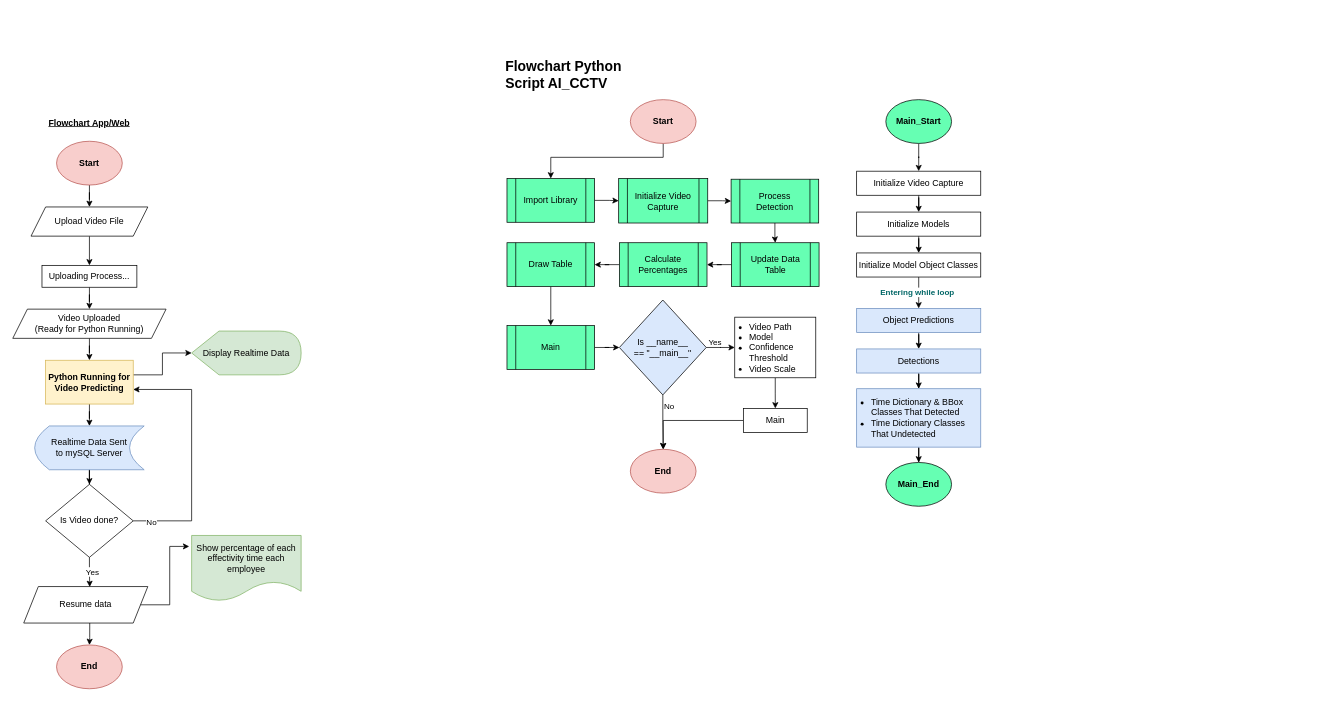
Troppo99/AI_CCTV keeps this draw.io diagram as src/assets/flowchart.drawio. Above is the earlier version. Source tidied: cells renumbered, new cells numbered last; positions are measured from the earlier drawing's top-left corner, leaving out a move shared by most shapes. Both pictures are drawn from the tidied source at 73%, with x=0, y=0 at pixel (12, 64).
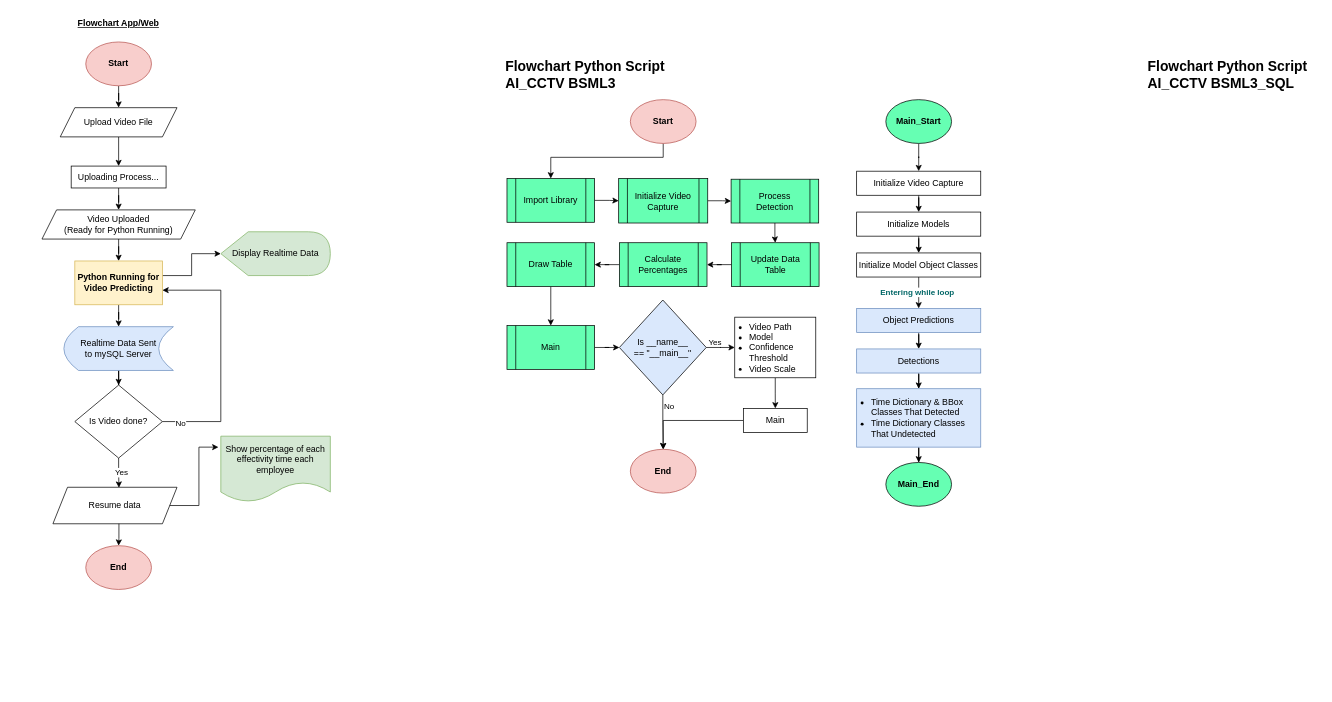
Above is the later version.

The edit, as a diff of the source:
```diff
@@
     <mxCell id="3" value="Start" style="ellipse;whiteSpace=wrap;html=1;fontStyle=1;labelBorderColor=none;fillColor=#f8cecc;strokeColor=#b85450;" parent="1" vertex="1">
-      <mxGeometry x="60" y="106" width="90" height="60" as="geometry" />
+      <mxGeometry x="100" y="-30" width="90" height="60" as="geometry" />
     </mxCell>
@@
     <mxCell id="5" value="Upload Video File" style="shape=parallelogram;perimeter=parallelogramPerimeter;whiteSpace=wrap;html=1;fixedSize=1;labelBorderColor=none;fontColor=default;" parent="1" vertex="1">
-      <mxGeometry x="25" y="196" width="160" height="40" as="geometry" />
+      <mxGeometry x="65" y="60" width="160" height="40" as="geometry" />
     </mxCell>
@@
     <mxCell id="7" value="Uploading Process..." style="rounded=0;whiteSpace=wrap;html=1;labelBorderColor=none;fontColor=default;" parent="1" vertex="1">
-      <mxGeometry x="40" y="276" width="130" height="30" as="geometry" />
+      <mxGeometry x="80" y="140" width="130" height="30" as="geometry" />
     </mxCell>
@@
     <mxCell id="9" value="Video Uploaded&lt;br&gt;(Ready for Python Running)" style="shape=parallelogram;perimeter=parallelogramPerimeter;whiteSpace=wrap;html=1;fixedSize=1;labelBorderColor=none;fontColor=default;" parent="1" vertex="1">
-      <mxGeometry y="336" width="210" height="40" as="geometry" />
+      <mxGeometry x="40" y="200" width="210" height="40" as="geometry" />
     </mxCell>
@@
     <mxCell id="11" style="edgeStyle=orthogonalEdgeStyle;rounded=0;jettySize=auto;html=1;" parent="1" edge="1" source="12" target="25">
       <mxGeometry relative="1" as="geometry">
         <Array as="points">
-          <mxPoint x="205" y="426" />
-          <mxPoint x="205" y="396" />
+          <mxPoint x="245" y="290" />
+          <mxPoint x="245" y="260" />
         </Array>
       </mxGeometry>
     </mxCell>
     <mxCell id="12" value="&lt;b&gt;Python Running for Video Predicting&lt;/b&gt;" style="rounded=0;whiteSpace=wrap;html=1;fillColor=#fff2cc;strokeColor=#d6b656;labelBorderColor=none;fontColor=default;" parent="1" vertex="1">
-      <mxGeometry x="45" y="406" width="120" height="60" as="geometry" />
+      <mxGeometry x="85" y="270" width="120" height="60" as="geometry" />
     </mxCell>
@@
     <mxCell id="14" value="Resume data" style="shape=parallelogram;perimeter=parallelogramPerimeter;whiteSpace=wrap;html=1;fixedSize=1;labelBorderColor=none;fontColor=default;" parent="1" vertex="1">
-      <mxGeometry x="15" y="716" width="170" height="50" as="geometry" />
+      <mxGeometry x="55" y="580" width="170" height="50" as="geometry" />
     </mxCell>
     <mxCell id="15" value="Show percentage of each effectivity time each employee" style="shape=document;whiteSpace=wrap;html=1;boundedLbl=1;fillColor=#d5e8d4;strokeColor=#82b366;labelBorderColor=none;fontColor=default;" parent="1" vertex="1">
-      <mxGeometry x="245" y="646" width="150" height="90" as="geometry" />
+      <mxGeometry x="285" y="510" width="150" height="90" as="geometry" />
     </mxCell>
@@
     <mxCell id="17" value="&lt;b&gt;End&lt;/b&gt;" style="ellipse;whiteSpace=wrap;html=1;labelBorderColor=none;fillColor=#f8cecc;strokeColor=#b85450;" parent="1" vertex="1">
-      <mxGeometry x="60" y="796" width="90" height="60" as="geometry" />
+      <mxGeometry x="100" y="660" width="90" height="60" as="geometry" />
     </mxCell>
     <mxCell id="18" style="edgeStyle=orthogonalEdgeStyle;rounded=0;jettySize=auto;html=1;labelBorderColor=none;fontColor=default;" parent="1" edge="1" source="20">
       <mxGeometry relative="1" as="geometry">
-        <mxPoint x="165" y="446" as="targetPoint" />
+        <mxPoint x="205" y="310" as="targetPoint" />
         <Array as="points">
-          <mxPoint x="245" y="626" />
-          <mxPoint x="245" y="446" />
-          <mxPoint x="165" y="446" />
+          <mxPoint x="285" y="490" />
+          <mxPoint x="285" y="310" />
+          <mxPoint x="205" y="310" />
         </Array>
       </mxGeometry>
     </mxCell>
@@
     <mxCell id="20" value="Is Video done?" style="rhombus;whiteSpace=wrap;html=1;labelBorderColor=none;fontColor=default;" parent="1" vertex="1">
-      <mxGeometry x="45" y="576" width="120" height="100" as="geometry" />
+      <mxGeometry x="85" y="440" width="120" height="100" as="geometry" />
     </mxCell>
@@
     <mxCell id="24" value="Realtime Data Sent&lt;div&gt;to mySQL Server&lt;/div&gt;" style="shape=dataStorage;whiteSpace=wrap;html=1;fixedSize=1;fillColor=#dae8fc;strokeColor=#6c8ebf;" parent="1" vertex="1">
-      <mxGeometry x="30" y="496" width="150" height="60" as="geometry" />
+      <mxGeometry x="70" y="360" width="150" height="60" as="geometry" />
     </mxCell>
     <mxCell id="25" value="Display Realtime Data" style="shape=display;whiteSpace=wrap;html=1;fillColor=#d5e8d4;strokeColor=#82b366;" parent="1" vertex="1">
-      <mxGeometry x="245" y="366" width="150" height="60" as="geometry" />
+      <mxGeometry x="285" y="230" width="150" height="60" as="geometry" />
     </mxCell>
@@
     <mxCell id="28" value="&lt;b&gt;&lt;u&gt;Flowchart App/Web&lt;/u&gt;&lt;/b&gt;" style="text;html=1;align=center;verticalAlign=middle;whiteSpace=wrap;rounded=0;" parent="1" vertex="1">
-      <mxGeometry x="30" y="66" width="150" height="30" as="geometry" />
+      <mxGeometry x="70" y="-70" width="150" height="30" as="geometry" />
     </mxCell>
-    <mxCell id="29" value="&lt;b&gt;&lt;font face=&quot;Inconsolata&quot; style=&quot;font-size: 19px;&quot;&gt;Flowchart Python Script AI_CCTV&lt;/font&gt;&lt;/b&gt;" style="text;html=1;align=left;verticalAlign=middle;whiteSpace=wrap;rounded=0;fontColor=default;labelBackgroundColor=none;" parent="1" vertex="1">
-      <mxGeometry x="673" width="170" height="30" as="geometry" />
+    <mxCell id="29" value="&lt;b&gt;&lt;font face=&quot;Inconsolata&quot; style=&quot;font-size: 19px;&quot;&gt;Flowchart Python Script AI_CCTV BSML3&lt;/font&gt;&lt;/b&gt;" style="text;html=1;align=left;verticalAlign=middle;whiteSpace=wrap;rounded=0;fontColor=default;labelBackgroundColor=none;" parent="1" vertex="1">
+      <mxGeometry x="673" width="236" height="30" as="geometry" />
     </mxCell>
@@
+    <mxCell id="70" value="&lt;b&gt;&lt;font face=&quot;Inconsolata&quot; style=&quot;font-size: 19px;&quot;&gt;Flowchart Python Script AI_CCTV BSML3_SQL&lt;/font&gt;&lt;/b&gt;" style="text;html=1;align=left;verticalAlign=middle;whiteSpace=wrap;rounded=0;fontColor=default;labelBackgroundColor=none;" parent="1" vertex="1">
+      <mxGeometry x="1553" width="236" height="30" as="geometry" />
+    </mxCell>
```
